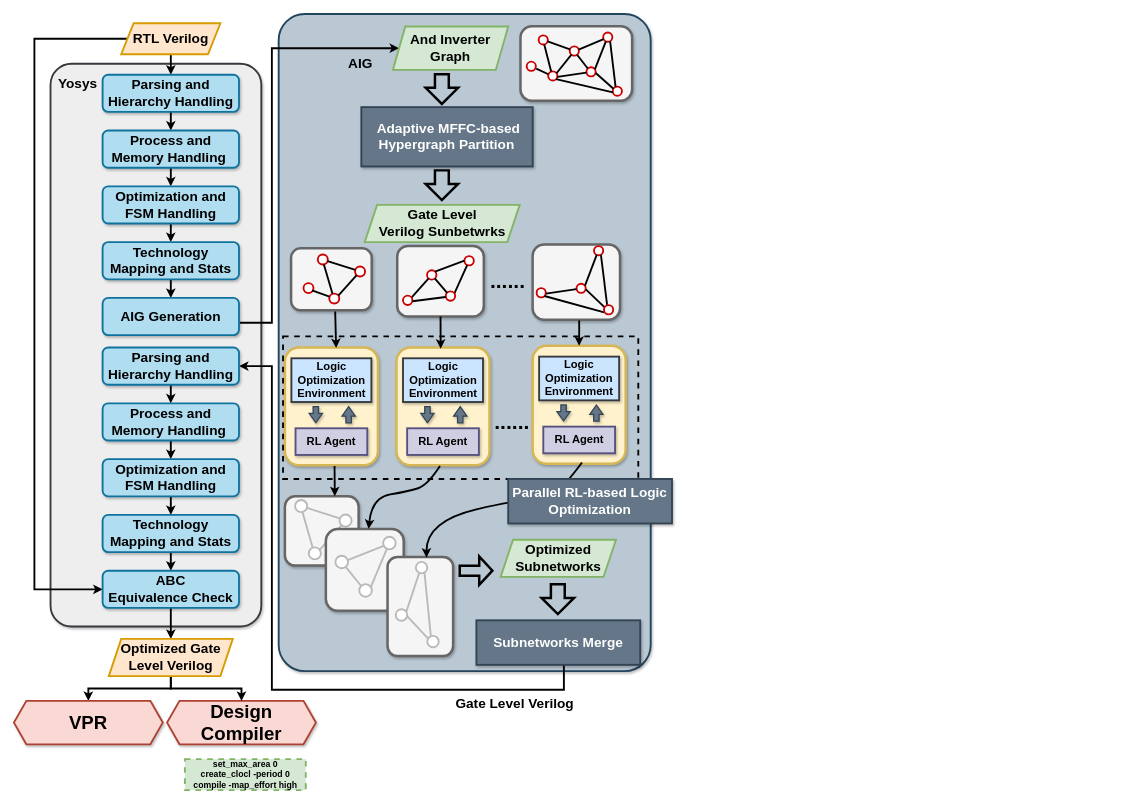
Before: experimentFlow.drawio in kxzhu0505/LogicSynOpt, a draw.io diagram. Source tidied: cells renumbered, new cells numbered last; positions are measured from the earlier drawing's top-left corner, leaving out a move shared by most shapes. Both pictures are drawn from the tidied source at 62%, with x=0, y=0 at pixel (14, 14).
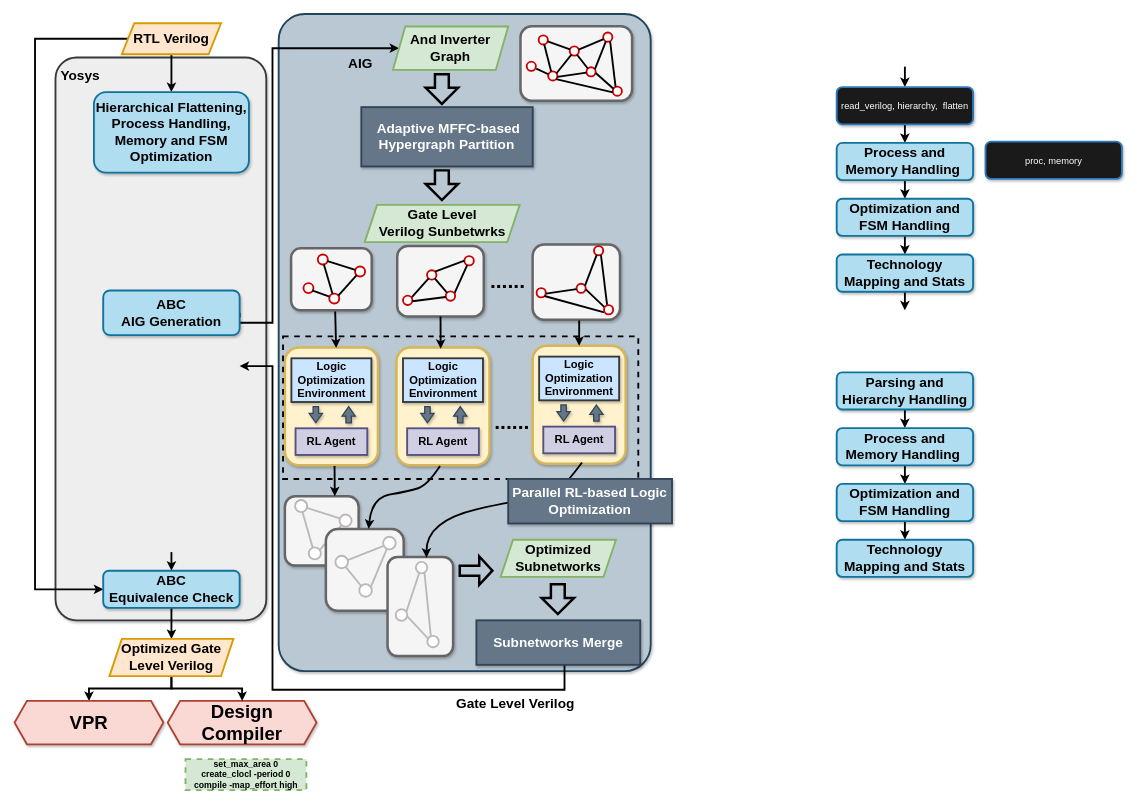
The same page after the edit.

Unchanged cells that the change refers to:
```xml
<mxCell id="14" value="&lt;b style=&quot;&quot;&gt;&lt;font style=&quot;font-size: 22px;&quot;&gt;Subnetworks Merge&lt;/font&gt;&lt;/b&gt;" style="rounded=0;whiteSpace=wrap;html=1;fillColor=#647687;fontColor=#ffffff;strokeColor=#314354;strokeWidth=3;shadow=1;" parent="1" vertex="1">
  <mxGeometry x="745.9" y="978" width="264.2" height="71.8" as="geometry" />
</mxCell>
<mxCell id="51" value="&lt;b style=&quot;font-size: 22px;&quot;&gt;And Inverter Graph&lt;/b&gt;" style="shape=parallelogram;perimeter=parallelogramPerimeter;whiteSpace=wrap;html=1;fixedSize=1;fillColor=#d5e8d4;strokeColor=#82b366;strokeWidth=3;" parent="1" vertex="1">
  <mxGeometry x="611.2" y="20.3" width="186" height="70" as="geometry" />
</mxCell>
```

Change to the diagram source:
```diff
@@
     <mxCell id="3" value="&lt;font face=&quot;Helvetica&quot; size=&quot;1&quot;&gt;&lt;b style=&quot;font-size: 30px;&quot;&gt;Design Compiler&lt;/b&gt;&lt;/font&gt;" style="shape=hexagon;perimeter=hexagonPerimeter2;whiteSpace=wrap;html=1;fixedSize=1;strokeColor=#ae4132;fillColor=#fad9d5;strokeWidth=3;shadow=1;" parent="1" vertex="1">
-      <mxGeometry x="247" y="1108" width="240" height="70" as="geometry" />
+      <mxGeometry x="248" y="1108" width="240" height="70" as="geometry" />
     </mxCell>
     <mxCell id="4" value="&lt;font face=&quot;Helvetica&quot; style=&quot;font-size: 14px;&quot;&gt;&lt;b style=&quot;&quot;&gt;set_max_area 0&lt;br&gt;create_clocl -period 0&lt;br&gt;compile -map_effort high&lt;/b&gt;&lt;/font&gt;" style="rounded=0;whiteSpace=wrap;html=1;dashed=1;perimeterSpacing=3;strokeWidth=3;fillColor=#d5e8d4;strokeColor=#82b366;" parent="1" vertex="1">
-      <mxGeometry x="275.7" y="1201.9" width="195" height="50" as="geometry" />
+      <mxGeometry x="276.7" y="1201.9" width="195" height="50" as="geometry" />
     </mxCell>
     <mxCell id="5" style="rounded=1;whiteSpace=wrap;html=1;fillColor=#eeeeee;strokeColor=#36393d;strokeWidth=3;shadow=1;arcSize=10;" parent="1" vertex="1">
-      <mxGeometry x="59" y="80.3" width="340" height="907.7" as="geometry" />
+      <mxGeometry x="67" y="70.3" width="340" height="907.7" as="geometry" />
     </mxCell>
     <mxCell id="6" style="endArrow=classic;html=1;rounded=0;strokeWidth=3;entryX=0;entryY=0.5;entryDx=0;entryDy=0;edgeStyle=orthogonalEdgeStyle;exitX=1;exitY=0.5;exitDx=0;exitDy=0;" parent="1" edge="1" source="131" target="51">
       <mxGeometry relative="1" as="geometry">
         <Array as="points">
-          <mxPoint x="290" y="488" />
-          <mxPoint x="290" y="498" />
-          <mxPoint x="416" y="498" />
-          <mxPoint x="416" y="55" />
+          <mxPoint x="291" y="488" />
+          <mxPoint x="291" y="498" />
+          <mxPoint x="417" y="498" />
+          <mxPoint x="417" y="55" />
         </Array>
       </mxGeometry>
     </mxCell>
-    <mxCell id="7" style="endArrow=classic;html=1;rounded=0;strokeWidth=3;edgeStyle=orthogonalEdgeStyle;exitX=0.53;exitY=0.986;exitDx=0;exitDy=0;exitPerimeter=0;entryX=1;entryY=0.5;entryDx=0;entryDy=0;" parent="1" edge="1" source="14" target="134">
+    <mxCell id="7" style="endArrow=classic;html=1;rounded=0;strokeWidth=3;edgeStyle=orthogonalEdgeStyle;exitX=0.53;exitY=0.986;exitDx=0;exitDy=0;exitPerimeter=0;entryX=1;entryY=0.5;entryDx=0;entryDy=0;" parent="1" edge="1" source="14">
       <mxGeometry relative="1" as="geometry">
+        <mxPoint x="364" y="568" as="targetPoint" />
         <Array as="points">
-          <mxPoint x="887" y="1090" />
-          <mxPoint x="416" y="1090" />
-          <mxPoint x="416" y="568" />
+          <mxPoint x="888" y="1090" />
+          <mxPoint x="417" y="1090" />
+          <mxPoint x="417" y="568" />
         </Array>
       </mxGeometry>
     </mxCell>
@@
-    <mxCell id="9" style="edgeStyle=orthogonalEdgeStyle;rounded=0;jettySize=auto;html=1;entryX=0.5;entryY=0;entryDx=0;entryDy=0;strokeWidth=3;" parent="1" edge="1" source="11" target="124">
-      <mxGeometry relative="1" as="geometry" />
-    </mxCell>
     <mxCell id="10" style="edgeStyle=orthogonalEdgeStyle;rounded=0;jettySize=auto;html=1;entryX=0;entryY=0.5;entryDx=0;entryDy=0;strokeWidth=3;" parent="1" edge="1" source="11" target="142">
       <mxGeometry relative="1" as="geometry">
         <Array as="points">
-          <mxPoint x="33" y="40" />
-          <mxPoint x="33" y="928" />
+          <mxPoint x="34" y="40" />
+          <mxPoint x="34" y="928" />
         </Array>
       </mxGeometry>
     </mxCell>
+    <mxCell id="147" style="edgeStyle=orthogonalEdgeStyle;rounded=0;jettySize=auto;html=1;entryX=0.5;entryY=0;entryDx=0;entryDy=0;strokeWidth=3;" parent="1" edge="1" source="11" target="165">
+      <mxGeometry relative="1" as="geometry" />
+    </mxCell>
     <mxCell id="11" value="&lt;b style=&quot;&quot;&gt;&lt;font style=&quot;font-size: 22px;&quot;&gt;RTL Verilog&lt;/font&gt;&lt;/b&gt;" style="shape=parallelogram;perimeter=parallelogramPerimeter;whiteSpace=wrap;html=1;fixedSize=1;fillColor=#ffe6cc;strokeColor=#d79b00;strokeWidth=3;" parent="1" vertex="1">
-      <mxGeometry x="173" y="15" width="160" height="50" as="geometry" />
+      <mxGeometry x="174" y="15" width="160" height="50" as="geometry" />
     </mxCell>
     <mxCell id="12" value="&lt;font style=&quot;font-size: 22px;&quot;&gt;&lt;b&gt;Yosys&lt;/b&gt;&lt;/font&gt;" style="text;html=1;align=center;verticalAlign=middle;whiteSpace=wrap;rounded=0;" parent="1" vertex="1">
-      <mxGeometry x="73" y="98" width="60" height="30" as="geometry" />
+      <mxGeometry x="77" y="85" width="60" height="30" as="geometry" />
     </mxCell>
@@
-    <mxCell id="123" style="edgeStyle=orthogonalEdgeStyle;rounded=0;jettySize=auto;html=1;entryX=0.5;entryY=0;entryDx=0;entryDy=0;strokeWidth=3;" parent="1" edge="1" source="124" target="126">
-      <mxGeometry relative="1" as="geometry" />
-    </mxCell>
-    <mxCell id="124" value="&lt;b&gt;&lt;font style=&quot;font-size: 22px;&quot;&gt;Parsing and Hierarchy Handling&lt;/font&gt;&lt;/b&gt;" style="rounded=1;whiteSpace=wrap;html=1;fillColor=#b1ddf0;strokeColor=#10739e;strokeWidth=3;shadow=1;" parent="1" vertex="1">
-      <mxGeometry x="143" y="98" width="220" height="60" as="geometry" />
-    </mxCell>
-    <mxCell id="125" style="edgeStyle=orthogonalEdgeStyle;rounded=0;jettySize=auto;html=1;entryX=0.5;entryY=0;entryDx=0;entryDy=0;strokeWidth=3;" parent="1" edge="1" source="126" target="128">
-      <mxGeometry relative="1" as="geometry" />
-    </mxCell>
-    <mxCell id="126" value="&lt;font style=&quot;font-size: 22px;&quot;&gt;&lt;b&gt;Process and Memory Handling&amp;nbsp;&lt;/b&gt;&lt;/font&gt;" style="rounded=1;whiteSpace=wrap;html=1;fillColor=#b1ddf0;strokeColor=#10739e;strokeWidth=3;shadow=1;" parent="1" vertex="1">
-      <mxGeometry x="143" y="188" width="220" height="60" as="geometry" />
-    </mxCell>
-    <mxCell id="127" style="edgeStyle=orthogonalEdgeStyle;rounded=0;jettySize=auto;html=1;entryX=0.5;entryY=0;entryDx=0;entryDy=0;strokeWidth=3;" parent="1" edge="1" source="128" target="130">
-      <mxGeometry relative="1" as="geometry" />
-    </mxCell>
-    <mxCell id="128" value="&lt;font style=&quot;font-size: 22px;&quot;&gt;&lt;b&gt;Optimization and FSM Handling&lt;/b&gt;&lt;/font&gt;" style="rounded=1;whiteSpace=wrap;html=1;fillColor=#b1ddf0;strokeColor=#10739e;strokeWidth=3;shadow=1;" parent="1" vertex="1">
-      <mxGeometry x="143" y="278" width="220" height="60" as="geometry" />
-    </mxCell>
-    <mxCell id="129" style="edgeStyle=orthogonalEdgeStyle;rounded=0;jettySize=auto;html=1;entryX=0.5;entryY=0;entryDx=0;entryDy=0;strokeWidth=3;" parent="1" edge="1" source="130" target="131">
-      <mxGeometry relative="1" as="geometry" />
-    </mxCell>
-    <mxCell id="130" value="&lt;font style=&quot;font-size: 22px;&quot;&gt;&lt;b&gt;Technology Mapping and Stats&lt;/b&gt;&lt;/font&gt;" style="rounded=1;whiteSpace=wrap;html=1;fillColor=#b1ddf0;strokeColor=#10739e;strokeWidth=3;shadow=1;" parent="1" vertex="1">
-      <mxGeometry x="143" y="368" width="220" height="60" as="geometry" />
-    </mxCell>
-    <mxCell id="131" value="&lt;font style=&quot;font-size: 22px;&quot;&gt;&lt;b&gt;AIG Generation&lt;/b&gt;&lt;/font&gt;" style="rounded=1;whiteSpace=wrap;html=1;fillColor=#b1ddf0;strokeColor=#10739e;strokeWidth=3;shadow=1;" parent="1" vertex="1">
-      <mxGeometry x="143" y="458" width="220" height="60" as="geometry" />
+    <mxCell id="131" value="&lt;div&gt;&lt;font style=&quot;font-size: 22px;&quot;&gt;&lt;b&gt;ABC&lt;/b&gt;&lt;/font&gt;&lt;/div&gt;&lt;font style=&quot;font-size: 22px;&quot;&gt;&lt;b&gt;AIG Generation&lt;/b&gt;&lt;/font&gt;" style="rounded=1;whiteSpace=wrap;html=1;fillColor=#b1ddf0;strokeColor=#10739e;strokeWidth=3;shadow=1;" parent="1" vertex="1">
+      <mxGeometry x="144" y="446" width="220" height="72" as="geometry" />
     </mxCell>
     <mxCell id="132" value="&lt;b style=&quot;&quot;&gt;&lt;font style=&quot;font-size: 22px;&quot;&gt;Gate Level Verilog&amp;nbsp;&lt;/font&gt;&lt;/b&gt;" style="text;html=1;align=center;verticalAlign=middle;whiteSpace=wrap;rounded=0;" parent="1" vertex="1">
-      <mxGeometry x="708.3" y="1108" width="205.9" height="10.2" as="geometry" />
+      <mxGeometry x="709.3" y="1108" width="205.9" height="10.2" as="geometry" />
     </mxCell>
-    <mxCell id="133" style="edgeStyle=orthogonalEdgeStyle;rounded=0;jettySize=auto;html=1;entryX=0.5;entryY=0;entryDx=0;entryDy=0;strokeWidth=3;" parent="1" edge="1" source="134" target="136">
-      <mxGeometry relative="1" as="geometry" />
-    </mxCell>
-    <mxCell id="134" value="&lt;b&gt;&lt;font style=&quot;font-size: 22px;&quot;&gt;Parsing and Hierarchy Handling&lt;/font&gt;&lt;/b&gt;" style="rounded=1;whiteSpace=wrap;html=1;fillColor=#b1ddf0;strokeColor=#10739e;strokeWidth=3;shadow=1;" parent="1" vertex="1">
-      <mxGeometry x="143" y="538" width="220" height="60" as="geometry" />
-    </mxCell>
-    <mxCell id="135" style="edgeStyle=orthogonalEdgeStyle;rounded=0;jettySize=auto;html=1;entryX=0.5;entryY=0;entryDx=0;entryDy=0;strokeWidth=3;" parent="1" edge="1" source="136" target="138">
-      <mxGeometry relative="1" as="geometry" />
-    </mxCell>
-    <mxCell id="136" value="&lt;font style=&quot;font-size: 22px;&quot;&gt;&lt;b&gt;Process and Memory Handling&amp;nbsp;&lt;/b&gt;&lt;/font&gt;" style="rounded=1;whiteSpace=wrap;html=1;fillColor=#b1ddf0;strokeColor=#10739e;strokeWidth=3;shadow=1;" parent="1" vertex="1">
-      <mxGeometry x="143" y="628" width="220" height="60" as="geometry" />
-    </mxCell>
-    <mxCell id="137" style="edgeStyle=orthogonalEdgeStyle;rounded=0;jettySize=auto;html=1;entryX=0.5;entryY=0;entryDx=0;entryDy=0;strokeWidth=3;" parent="1" edge="1" source="138" target="140">
-      <mxGeometry relative="1" as="geometry" />
-    </mxCell>
-    <mxCell id="138" value="&lt;font style=&quot;font-size: 22px;&quot;&gt;&lt;b&gt;Optimization and FSM Handling&lt;/b&gt;&lt;/font&gt;" style="rounded=1;whiteSpace=wrap;html=1;fillColor=#b1ddf0;strokeColor=#10739e;strokeWidth=3;shadow=1;" parent="1" vertex="1">
-      <mxGeometry x="143" y="718" width="220" height="60" as="geometry" />
-    </mxCell>
-    <mxCell id="139" style="edgeStyle=orthogonalEdgeStyle;rounded=0;jettySize=auto;html=1;entryX=0.5;entryY=0;entryDx=0;entryDy=0;strokeWidth=3;" parent="1" edge="1" source="140" target="142">
-      <mxGeometry relative="1" as="geometry" />
+    <mxCell id="139" style="edgeStyle=orthogonalEdgeStyle;rounded=0;jettySize=auto;html=1;entryX=0.5;entryY=0;entryDx=0;entryDy=0;strokeWidth=3;" parent="1" edge="1" target="142">
+      <mxGeometry relative="1" as="geometry">
+        <mxPoint x="254" y="868" as="sourcePoint" />
+      </mxGeometry>
     </mxCell>
-    <mxCell id="140" value="&lt;font style=&quot;font-size: 22px;&quot;&gt;&lt;b&gt;Technology Mapping and Stats&lt;/b&gt;&lt;/font&gt;" style="rounded=1;whiteSpace=wrap;html=1;fillColor=#b1ddf0;strokeColor=#10739e;strokeWidth=3;shadow=1;" parent="1" vertex="1">
-      <mxGeometry x="143" y="808" width="220" height="60" as="geometry" />
-    </mxCell>
@@
     <mxCell id="142" value="&lt;font style=&quot;font-size: 22px;&quot;&gt;&lt;b&gt;ABC&lt;/b&gt;&lt;/font&gt;&lt;div&gt;&lt;span style=&quot;font-size: 22px;&quot;&gt;&lt;b&gt;Equivalence Check&lt;/b&gt;&lt;/span&gt;&lt;/div&gt;" style="rounded=1;whiteSpace=wrap;html=1;fillColor=#b1ddf0;strokeColor=#10739e;strokeWidth=3;shadow=1;" parent="1" vertex="1">
-      <mxGeometry x="143" y="898" width="220" height="60" as="geometry" />
+      <mxGeometry x="144" y="898" width="220" height="60" as="geometry" />
     </mxCell>
@@
     <mxCell id="145" value="&lt;b style=&quot;&quot;&gt;&lt;font style=&quot;font-size: 22px;&quot;&gt;Optimized Gate Level Verilog&lt;/font&gt;&lt;/b&gt;" style="shape=parallelogram;perimeter=parallelogramPerimeter;whiteSpace=wrap;html=1;fixedSize=1;fillColor=#ffe6cc;strokeColor=#d79b00;strokeWidth=3;" parent="1" vertex="1">
-      <mxGeometry x="153" y="1008" width="200" height="60" as="geometry" />
+      <mxGeometry x="154" y="1008" width="200" height="60" as="geometry" />
     </mxCell>
     <mxCell id="146" value="&lt;span style=&quot;font-size: 30px;&quot;&gt;&lt;b&gt;VPR&lt;/b&gt;&lt;/span&gt;" style="shape=hexagon;perimeter=hexagonPerimeter2;whiteSpace=wrap;html=1;fixedSize=1;strokeColor=#ae4132;fillColor=#fad9d5;strokeWidth=3;shadow=1;" parent="1" vertex="1">
-      <mxGeometry y="1108" width="240" height="70" as="geometry" />
+      <mxGeometry x="1" y="1108" width="240" height="70" as="geometry" />
     </mxCell>
+    <mxCell id="148" style="edgeStyle=orthogonalEdgeStyle;rounded=0;jettySize=auto;html=1;entryX=0.5;entryY=0;entryDx=0;entryDy=0;strokeWidth=3;" parent="1" edge="1" target="150">
+      <mxGeometry relative="1" as="geometry">
+        <mxPoint x="1437" y="85" as="sourcePoint" />
+      </mxGeometry>
+    </mxCell>
+    <mxCell id="149" style="edgeStyle=orthogonalEdgeStyle;rounded=0;jettySize=auto;html=1;entryX=0.5;entryY=0;entryDx=0;entryDy=0;strokeWidth=3;" parent="1" edge="1" source="150" target="152">
+      <mxGeometry relative="1" as="geometry" />
+    </mxCell>
+    <mxCell id="150" value="&lt;font style=&quot;font-size: 15px;&quot;&gt;read_verilog, hierarchy,&amp;nbsp;&amp;nbsp;flatten&lt;/font&gt;" style="rounded=1;whiteSpace=wrap;html=1;fillColor=#1A1A1A;strokeColor=#2e78bd;strokeWidth=3;shadow=1;fontColor=#ffffff;align=center;" parent="1" vertex="1">
+      <mxGeometry x="1327" y="118" width="220" height="60" as="geometry" />
+    </mxCell>
+    <mxCell id="151" style="edgeStyle=orthogonalEdgeStyle;rounded=0;jettySize=auto;html=1;entryX=0.5;entryY=0;entryDx=0;entryDy=0;strokeWidth=3;" parent="1" edge="1" source="152" target="154">
+      <mxGeometry relative="1" as="geometry" />
+    </mxCell>
+    <mxCell id="152" value="&lt;font style=&quot;font-size: 22px;&quot;&gt;&lt;b&gt;Process and Memory Handling&amp;nbsp;&lt;/b&gt;&lt;/font&gt;" style="rounded=1;whiteSpace=wrap;html=1;fillColor=#b1ddf0;strokeColor=#10739e;strokeWidth=3;shadow=1;" parent="1" vertex="1">
+      <mxGeometry x="1327" y="208" width="220" height="60" as="geometry" />
+    </mxCell>
+    <mxCell id="153" style="edgeStyle=orthogonalEdgeStyle;rounded=0;jettySize=auto;html=1;entryX=0.5;entryY=0;entryDx=0;entryDy=0;strokeWidth=3;" parent="1" edge="1" source="154" target="156">
+      <mxGeometry relative="1" as="geometry" />
+    </mxCell>
+    <mxCell id="154" value="&lt;font style=&quot;font-size: 22px;&quot;&gt;&lt;b&gt;Optimization and FSM Handling&lt;/b&gt;&lt;/font&gt;" style="rounded=1;whiteSpace=wrap;html=1;fillColor=#b1ddf0;strokeColor=#10739e;strokeWidth=3;shadow=1;" parent="1" vertex="1">
+      <mxGeometry x="1327" y="298" width="220" height="60" as="geometry" />
+    </mxCell>
+    <mxCell id="155" style="edgeStyle=orthogonalEdgeStyle;rounded=0;jettySize=auto;html=1;entryX=0.5;entryY=0;entryDx=0;entryDy=0;strokeWidth=3;" parent="1" edge="1" source="156">
+      <mxGeometry relative="1" as="geometry">
+        <mxPoint x="1437" y="478" as="targetPoint" />
+      </mxGeometry>
+    </mxCell>
+    <mxCell id="156" value="&lt;font style=&quot;font-size: 22px;&quot;&gt;&lt;b&gt;Technology Mapping and Stats&lt;/b&gt;&lt;/font&gt;" style="rounded=1;whiteSpace=wrap;html=1;fillColor=#b1ddf0;strokeColor=#10739e;strokeWidth=3;shadow=1;" parent="1" vertex="1">
+      <mxGeometry x="1327" y="388" width="220" height="60" as="geometry" />
+    </mxCell>
+    <mxCell id="157" style="edgeStyle=orthogonalEdgeStyle;rounded=0;jettySize=auto;html=1;entryX=0.5;entryY=0;entryDx=0;entryDy=0;strokeWidth=3;" parent="1" edge="1" source="158" target="160">
+      <mxGeometry relative="1" as="geometry" />
+    </mxCell>
+    <mxCell id="158" value="&lt;b&gt;&lt;font style=&quot;font-size: 22px;&quot;&gt;Parsing and Hierarchy Handling&lt;/font&gt;&lt;/b&gt;" style="rounded=1;whiteSpace=wrap;html=1;fillColor=#b1ddf0;strokeColor=#10739e;strokeWidth=3;shadow=1;" parent="1" vertex="1">
+      <mxGeometry x="1327" y="578" width="220" height="60" as="geometry" />
+    </mxCell>
+    <mxCell id="159" style="edgeStyle=orthogonalEdgeStyle;rounded=0;jettySize=auto;html=1;entryX=0.5;entryY=0;entryDx=0;entryDy=0;strokeWidth=3;" parent="1" edge="1" source="160" target="162">
+      <mxGeometry relative="1" as="geometry" />
+    </mxCell>
+    <mxCell id="160" value="&lt;font style=&quot;font-size: 22px;&quot;&gt;&lt;b&gt;Process and Memory Handling&amp;nbsp;&lt;/b&gt;&lt;/font&gt;" style="rounded=1;whiteSpace=wrap;html=1;fillColor=#b1ddf0;strokeColor=#10739e;strokeWidth=3;shadow=1;" parent="1" vertex="1">
+      <mxGeometry x="1327" y="668" width="220" height="60" as="geometry" />
+    </mxCell>
+    <mxCell id="161" style="edgeStyle=orthogonalEdgeStyle;rounded=0;jettySize=auto;html=1;entryX=0.5;entryY=0;entryDx=0;entryDy=0;strokeWidth=3;" parent="1" edge="1" source="162" target="163">
+      <mxGeometry relative="1" as="geometry" />
+    </mxCell>
+    <mxCell id="162" value="&lt;font style=&quot;font-size: 22px;&quot;&gt;&lt;b&gt;Optimization and FSM Handling&lt;/b&gt;&lt;/font&gt;" style="rounded=1;whiteSpace=wrap;html=1;fillColor=#b1ddf0;strokeColor=#10739e;strokeWidth=3;shadow=1;" parent="1" vertex="1">
+      <mxGeometry x="1327" y="758" width="220" height="60" as="geometry" />
+    </mxCell>
+    <mxCell id="163" value="&lt;font style=&quot;font-size: 22px;&quot;&gt;&lt;b&gt;Technology Mapping and Stats&lt;/b&gt;&lt;/font&gt;" style="rounded=1;whiteSpace=wrap;html=1;fillColor=#b1ddf0;strokeColor=#10739e;strokeWidth=3;shadow=1;" parent="1" vertex="1">
+      <mxGeometry x="1327" y="848" width="220" height="60" as="geometry" />
+    </mxCell>
+    <mxCell id="164" value="&lt;font style=&quot;font-size: 15px;&quot;&gt;proc, memory&lt;/font&gt;" style="rounded=1;whiteSpace=wrap;html=1;fillColor=#1A1A1A;strokeColor=#2e78bd;strokeWidth=3;shadow=1;fontColor=#ffffff;align=center;" parent="1" vertex="1">
+      <mxGeometry x="1567" y="206" width="220" height="60" as="geometry" />
+    </mxCell>
+    <mxCell id="165" value="&lt;font style=&quot;font-size: 22px;&quot;&gt;&lt;b&gt;Hierarchical Flattening, Process Handling, Memory and FSM Optimization&lt;/b&gt;&lt;/font&gt;" style="rounded=1;whiteSpace=wrap;html=1;fillColor=#b1ddf0;strokeColor=#10739e;strokeWidth=3;shadow=1;" parent="1" vertex="1">
+      <mxGeometry x="129" y="126" width="250" height="130" as="geometry" />
+    </mxCell>
```
